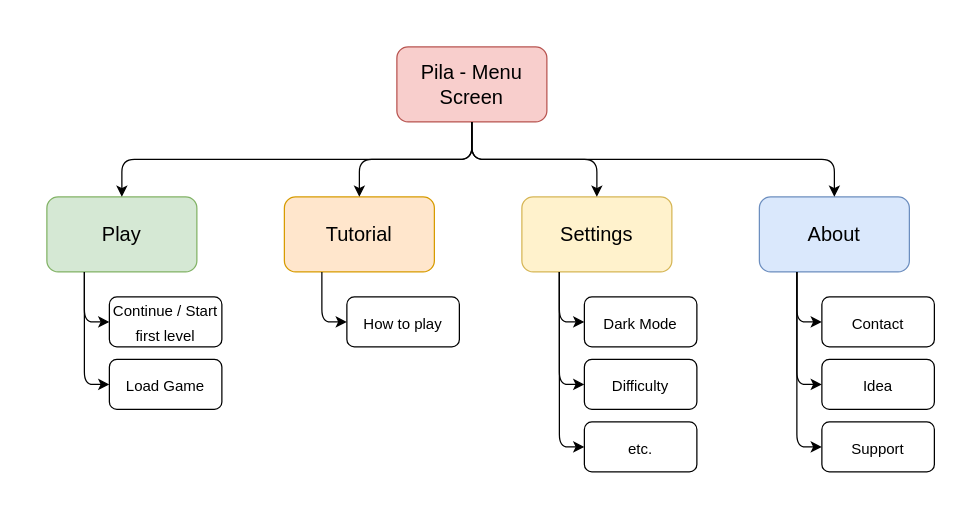
Earlier version of the draw.io diagram .drawio/app-concept.drawio (FOehlschlaeger/pila). Source tidied: cells renumbered, new cells numbered last; positions are measured from the earlier drawing's top-left corner, leaving out a move shared by most shapes. Both pictures are drawn from the tidied source at 125%, with x=0, y=0 at pixel (21, 21).
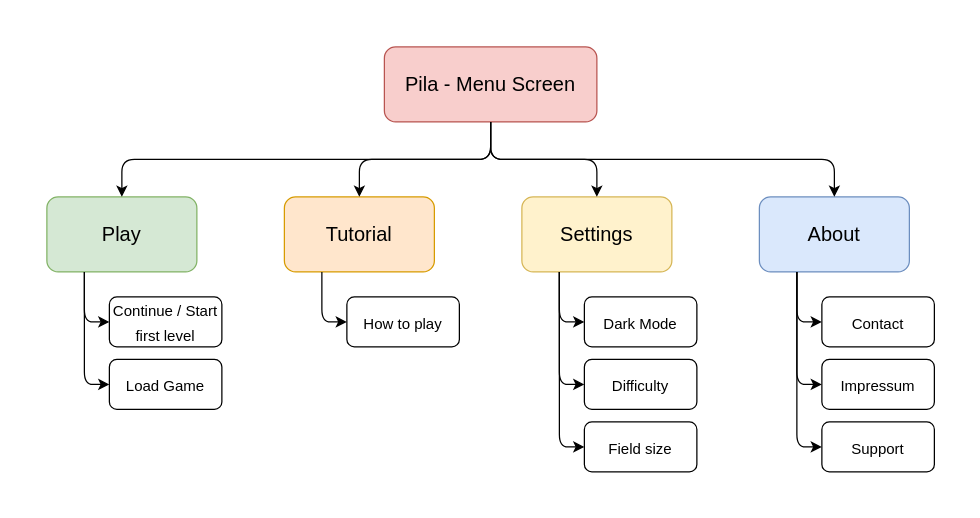
The same diagram, later.

Change to the diagram source:
```diff
@@
     <mxCell id="4" value="&lt;font style=&quot;font-size: 16px;&quot;&gt;Pila - Menu Screen&lt;/font&gt;" style="rounded=1;whiteSpace=wrap;html=1;fillColor=#f8cecc;strokeColor=#b85450;" parent="3" vertex="1">
-      <mxGeometry x="300" y="20" width="120" height="60" as="geometry" />
+      <mxGeometry x="290" y="20" width="170" height="60" as="geometry" />
     </mxCell>
@@
-    <mxCell id="15" value="&lt;font style=&quot;font-size: 12px;&quot;&gt;Idea&lt;/font&gt;" style="rounded=1;whiteSpace=wrap;html=1;fontSize=16;fillColor=#FFFFFF;" parent="3" vertex="1">
+    <mxCell id="15" value="&lt;font style=&quot;font-size: 12px;&quot;&gt;Impressum&lt;/font&gt;" style="rounded=1;whiteSpace=wrap;html=1;fontSize=16;fillColor=#FFFFFF;" parent="3" vertex="1">
       <mxGeometry x="640" y="270" width="90" height="40" as="geometry" />
     </mxCell>
@@
-    <mxCell id="27" value="&lt;span style=&quot;font-size: 12px;&quot;&gt;etc.&lt;/span&gt;" style="rounded=1;whiteSpace=wrap;html=1;fontSize=16;fillColor=#FFFFFF;" parent="3" vertex="1">
+    <mxCell id="27" value="&lt;span style=&quot;font-size: 12px;&quot;&gt;Field size&lt;/span&gt;" style="rounded=1;whiteSpace=wrap;html=1;fontSize=16;fillColor=#FFFFFF;" parent="3" vertex="1">
       <mxGeometry x="450" y="320" width="90" height="40" as="geometry" />
     </mxCell>
```
